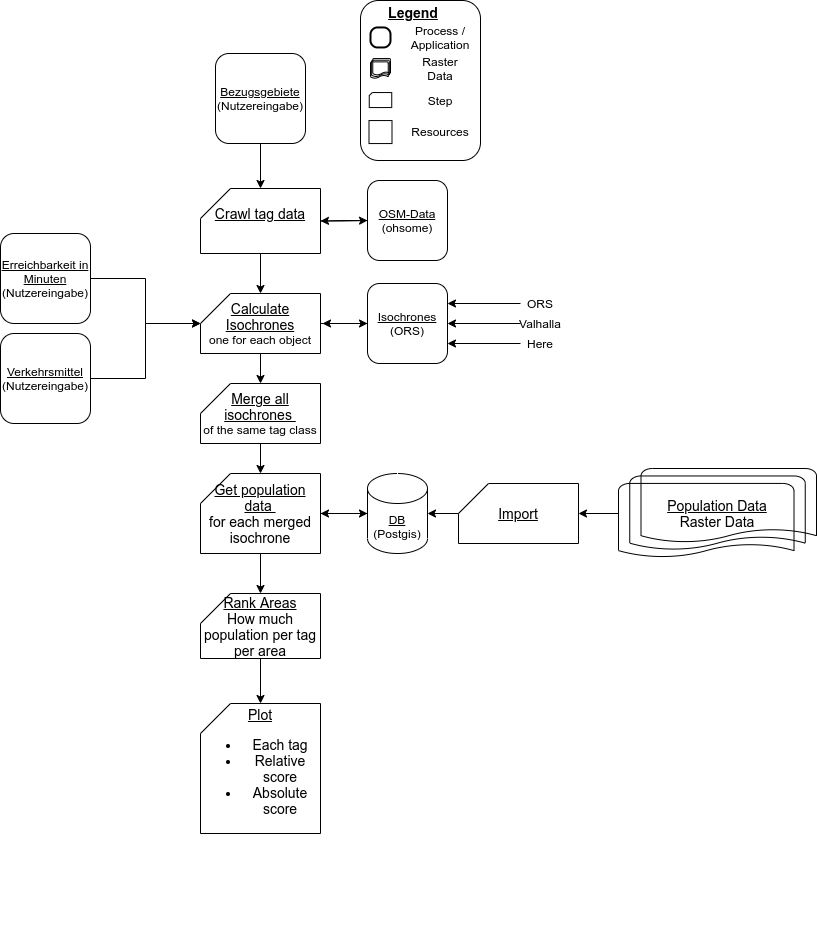
The draw.io diagram static/flows/processing_flow.png in MichaelsJP/Unrelevant, before a commit. Source tidied: cells renumbered, new cells last; positions are measured from the earlier drawing's top-left corner, leaving out a move shared by most shapes.
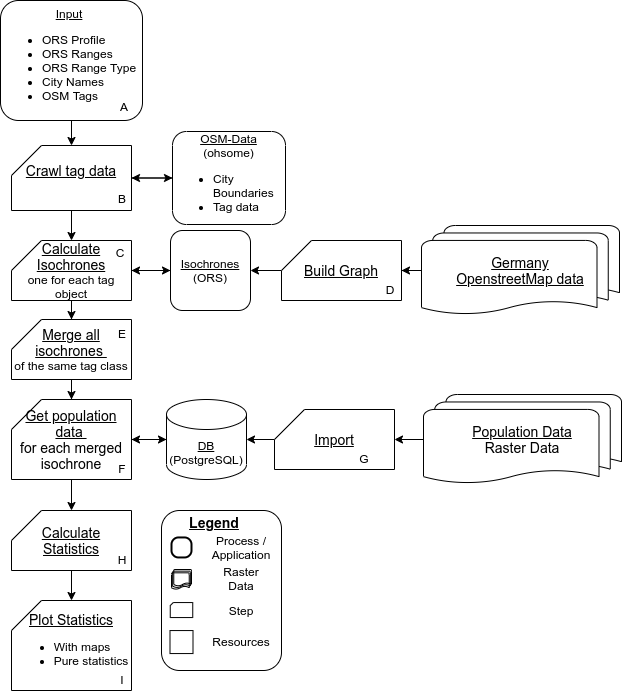
The same diagram one commit later.

Diff of the diagram source:
```diff
@@ -2,11 +2,8 @@
   <root>
     <mxCell id="0" />
     <mxCell id="1" parent="0" />
-    <mxCell id="2" style="group;" parent="1" vertex="1">
-      <mxGeometry x="170" y="643" width="120" height="290" as="geometry" />
-    </mxCell>
     <mxCell id="3" style="group;" parent="1" vertex="1">
-      <mxGeometry x="360" width="120" height="180" as="geometry" />
+      <mxGeometry x="348" y="493" width="120" height="180" as="geometry" />
     </mxCell>
     <mxCell id="4" style="rounded=1;whiteSpace=wrap;html=1;fontStyle=5;" parent="3" vertex="1">
       <mxGeometry width="120" height="160" as="geometry" />
@@ -21,7 +18,7 @@
       <mxGeometry x="10" y="26.9" width="20" height="20" as="geometry" />
     </mxCell>
     <mxCell id="8" style="strokeWidth=1;html=1;shape=mxgraph.flowchart.multi-document;whiteSpace=wrap;rounded=1;fillColor=none;" parent="3" vertex="1">
-      <mxGeometry x="10" y="58.1" width="20" height="20" as="geometry" />
+      <mxGeometry x="10" y="59" width="20" height="20" as="geometry" />
     </mxCell>
     <mxCell id="9" value="Raster Data" style="text;html=1;strokeColor=none;fillColor=none;align=center;verticalAlign=middle;whiteSpace=wrap;rounded=0;" parent="3" vertex="1">
       <mxGeometry x="65" y="58.1" width="30" height="20" as="geometry" />
@@ -41,8 +38,8 @@
     <mxCell id="14" style="edgeStyle=orthogonalEdgeStyle;rounded=0;jettySize=auto;html=1;entryX=1;entryY=0.5;entryDx=0;entryDy=0;entryPerimeter=0;" parent="1" edge="1" source="15" target="28">
       <mxGeometry relative="1" as="geometry" />
     </mxCell>
-    <mxCell id="15" value="&lt;u&gt;OSM-Data&lt;/u&gt;&lt;br&gt;(ohsome)" style="rounded=1;whiteSpace=wrap;html=1;fontFamily=Helvetica;fontSize=12;fontColor=#000000;align=center;strokeColor=#000000;fillColor=#ffffff;" parent="1" vertex="1">
-      <mxGeometry x="367" y="180" width="80" height="80" as="geometry" />
+    <mxCell id="15" value="&lt;u&gt;OSM-Data&lt;/u&gt;&lt;br&gt;(ohsome)&lt;br&gt;&lt;ul&gt;&lt;li style=&quot;text-align: left&quot;&gt;&lt;span&gt;City Boundaries&lt;/span&gt;&lt;/li&gt;&lt;li style=&quot;text-align: left&quot;&gt;&lt;span&gt;Tag data&lt;/span&gt;&lt;/li&gt;&lt;/ul&gt;" style="rounded=1;whiteSpace=wrap;html=1;fontFamily=Helvetica;fontSize=12;fontColor=#000000;align=center;strokeColor=#000000;fillColor=#ffffff;" parent="1" vertex="1">
+      <mxGeometry x="359" y="114" width="113" height="93" as="geometry" />
     </mxCell>
     <mxCell id="16" style="edgeStyle=orthogonalEdgeStyle;rounded=0;orthogonalLoop=1;jettySize=auto;html=1;entryX=1;entryY=0.5;entryDx=0;entryDy=0;entryPerimeter=0;" parent="1" edge="1">
       <mxGeometry relative="1" as="geometry">
@@ -52,23 +49,23 @@
     <mxCell id="17" style="edgeStyle=orthogonalEdgeStyle;rounded=0;jettySize=auto;html=1;entryX=0.5;entryY=0;entryDx=0;entryDy=0;entryPerimeter=0;" parent="1" edge="1" source="18" target="28">
       <mxGeometry relative="1" as="geometry" />
     </mxCell>
-    <mxCell id="18" value="&lt;u&gt;Bezugsgebiete&lt;/u&gt;&lt;br&gt;(Nutzereingabe)" style="rounded=1;whiteSpace=wrap;html=1;fontFamily=Helvetica;fontSize=12;fontColor=#000000;align=center;strokeColor=#000000;fillColor=#ffffff;" parent="1" vertex="1">
-      <mxGeometry x="215" y="53" width="90" height="90" as="geometry" />
+    <mxCell id="18" value="&lt;div style=&quot;text-align: center&quot;&gt;&lt;u&gt;Input&lt;/u&gt;&lt;/div&gt;&lt;ul&gt;&lt;li&gt;ORS Profile&lt;/li&gt;&lt;li&gt;&lt;span&gt;ORS Ranges&lt;/span&gt;&lt;br&gt;&lt;/li&gt;&lt;li&gt;ORS Range Type&lt;/li&gt;&lt;li&gt;&lt;span&gt;City Names&lt;/span&gt;&lt;/li&gt;&lt;li&gt;&lt;span&gt;OSM Tags&lt;/span&gt;&lt;br&gt;&lt;/li&gt;&lt;/ul&gt;" style="rounded=1;whiteSpace=wrap;html=1;fontFamily=Helvetica;fontSize=12;fontColor=#000000;align=left;strokeColor=#000000;fillColor=#ffffff;" parent="1" vertex="1">
+      <mxGeometry x="187" y="-17" width="142" height="120" as="geometry" />
     </mxCell>
     <mxCell id="19" style="group;" parent="1" vertex="1">
-      <mxGeometry x="367" y="468" width="449" height="90" as="geometry" />
+      <mxGeometry x="353" y="377" width="449" height="90" as="geometry" />
     </mxCell>
-    <mxCell id="20" value="&lt;span style=&quot;font-size: 14px&quot;&gt;&lt;u&gt;Population Data&lt;/u&gt;&lt;br&gt;Raster Data&lt;br&gt;&lt;/span&gt;" style="strokeWidth=1;html=1;shape=mxgraph.flowchart.multi-document;whiteSpace=wrap;rounded=1;fillColor=none;" parent="19" vertex="1">
-      <mxGeometry x="251" width="198" height="90" as="geometry" />
+    <mxCell id="20" value="&lt;span style=&quot;font-size: 14px&quot;&gt;&lt;u&gt;Population Data&lt;/u&gt;&lt;br&gt;Raster Data&lt;br&gt;&lt;/span&gt;" style="strokeWidth=1;html=1;shape=mxgraph.flowchart.multi-document;whiteSpace=wrap;rounded=1;fillColor=white;" parent="19" vertex="1">
+      <mxGeometry x="257" width="198" height="90" as="geometry" />
     </mxCell>
-    <mxCell id="21" value="&lt;u&gt;DB&lt;/u&gt;&lt;br&gt;(Postgis)" style="shape=cylinder3;whiteSpace=wrap;html=1;boundedLbl=1;backgroundOutline=1;size=15;" parent="19" vertex="1">
-      <mxGeometry y="5" width="60" height="80" as="geometry" />
+    <mxCell id="21" value="&lt;u&gt;DB&lt;/u&gt;&lt;br&gt;(PostgreSQL)" style="shape=cylinder3;whiteSpace=wrap;html=1;boundedLbl=1;backgroundOutline=1;size=15;" parent="19" vertex="1">
+      <mxGeometry y="5" width="80" height="80" as="geometry" />
     </mxCell>
     <mxCell id="22" style="edgeStyle=orthogonalEdgeStyle;rounded=0;jettySize=auto;html=1;entryX=1;entryY=0.5;entryDx=0;entryDy=0;entryPerimeter=0;" parent="19" edge="1" source="23" target="21">
       <mxGeometry relative="1" as="geometry" />
     </mxCell>
     <mxCell id="23" value="&lt;font&gt;&lt;u style=&quot;font-size: 14px&quot;&gt;Import&lt;/u&gt;&lt;br&gt;&lt;/font&gt;" style="shape=card;whiteSpace=wrap;html=1;fontFamily=Helvetica;fontSize=12;fontColor=#000000;align=center;strokeColor=#000000;fillColor=#ffffff;" parent="19" vertex="1">
-      <mxGeometry x="91" y="15" width="120" height="60" as="geometry" />
+      <mxGeometry x="108" y="15" width="120" height="60" as="geometry" />
     </mxCell>
     <mxCell id="24" style="edgeStyle=orthogonalEdgeStyle;rounded=0;jettySize=auto;html=1;" parent="19" edge="1" source="20" target="23">
       <mxGeometry relative="1" as="geometry" />
@@ -85,7 +82,7 @@
       <mxGeometry relative="1" as="geometry" />
     </mxCell>
     <mxCell id="28" value="&lt;font&gt;&lt;span style=&quot;font-size: 14px&quot;&gt;&lt;u&gt;Crawl tag data&lt;/u&gt;&lt;br&gt;&lt;br&gt;&lt;/span&gt;&lt;/font&gt;" style="shape=card;whiteSpace=wrap;html=1;fontFamily=Helvetica;fontSize=12;fontColor=#000000;align=center;strokeColor=#000000;fillColor=#ffffff;" parent="1" vertex="1">
-      <mxGeometry x="200" y="188" width="120" height="65" as="geometry" />
+      <mxGeometry x="198" y="128" width="120" height="65" as="geometry" />
     </mxCell>
     <mxCell id="29" style="edgeStyle=orthogonalEdgeStyle;rounded=0;jettySize=auto;html=1;entryX=0;entryY=0.5;entryDx=0;entryDy=0;entryPerimeter=0;" parent="1" edge="1" source="31" target="21">
       <mxGeometry relative="1" as="geometry" />
@@ -94,27 +91,13 @@
       <mxGeometry relative="1" as="geometry" />
     </mxCell>
     <mxCell id="31" value="&lt;font&gt;&lt;span style=&quot;font-size: 14px&quot;&gt;&lt;u&gt;Get population data &lt;/u&gt;&lt;br&gt;for each merged isochrone&lt;/span&gt;&lt;br&gt;&lt;/font&gt;" style="shape=card;whiteSpace=wrap;html=1;fontFamily=Helvetica;fontSize=12;fontColor=#000000;align=center;strokeColor=#000000;fillColor=#ffffff;" parent="1" vertex="1">
-      <mxGeometry x="200" y="473" width="120" height="80" as="geometry" />
+      <mxGeometry x="198" y="382" width="120" height="80" as="geometry" />
     </mxCell>
-    <mxCell id="32" style="edgeStyle=orthogonalEdgeStyle;rounded=0;jettySize=auto;html=1;entryX=0;entryY=0;entryDx=0;entryDy=30;entryPerimeter=0;" parent="1" edge="1" source="33" target="40">
-      <mxGeometry relative="1" as="geometry" />
-    </mxCell>
-    <mxCell id="33" value="&lt;u&gt;Erreichbarkeit in Minuten&lt;/u&gt;&lt;br&gt;(Nutzereingabe)" style="rounded=1;whiteSpace=wrap;html=1;fontFamily=Helvetica;fontSize=12;fontColor=#000000;align=center;strokeColor=#000000;fillColor=#ffffff;" parent="1" vertex="1">
-      <mxGeometry y="233" width="90" height="90" as="geometry" />
-    </mxCell>
-    <mxCell id="34" style="edgeStyle=orthogonalEdgeStyle;rounded=0;jettySize=auto;html=1;entryX=0;entryY=0;entryDx=0;entryDy=30;entryPerimeter=0;" parent="1" edge="1" source="35" target="40">
-      <mxGeometry relative="1" as="geometry" />
-    </mxCell>
-    <mxCell id="35" value="&lt;u&gt;Verkehrsmittel&lt;/u&gt;&lt;br&gt;(Nutzereingabe)" style="rounded=1;whiteSpace=wrap;html=1;fontFamily=Helvetica;fontSize=12;fontColor=#000000;align=center;strokeColor=#000000;fillColor=#ffffff;" parent="1" vertex="1">
-      <mxGeometry y="333" width="90" height="90" as="geometry" />
-    </mxCell>
-    <mxCell id="36" style="edgeStyle=orthogonalEdgeStyle;rounded=0;jettySize=auto;html=1;" parent="1" edge="1" source="37">
-      <mxGeometry relative="1" as="geometry">
-        <mxPoint x="322" y="323" as="targetPoint" />
-      </mxGeometry>
+    <mxCell id="36" style="edgeStyle=orthogonalEdgeStyle;rounded=0;jettySize=auto;html=1;entryX=1;entryY=0.5;entryDx=0;entryDy=0;entryPerimeter=0;" parent="1" edge="1" source="37" target="40">
+      <mxGeometry relative="1" as="geometry" />
     </mxCell>
     <mxCell id="37" value="&lt;u&gt;Isochrones&lt;/u&gt;&lt;br&gt;(ORS)" style="rounded=1;whiteSpace=wrap;html=1;fontFamily=Helvetica;fontSize=12;fontColor=#000000;align=center;strokeColor=#000000;fillColor=#ffffff;" parent="1" vertex="1">
-      <mxGeometry x="367" y="283" width="80" height="80" as="geometry" />
+      <mxGeometry x="357" y="213" width="80" height="80" as="geometry" />
     </mxCell>
     <mxCell id="38" style="edgeStyle=orthogonalEdgeStyle;rounded=0;jettySize=auto;html=1;entryX=0;entryY=0.5;entryDx=0;entryDy=0;" parent="1" edge="1" source="40" target="37">
       <mxGeometry relative="1" as="geometry" />
@@ -122,46 +105,68 @@
     <mxCell id="39" style="edgeStyle=orthogonalEdgeStyle;rounded=0;jettySize=auto;html=1;entryX=0.5;entryY=0;entryDx=0;entryDy=0;entryPerimeter=0;" parent="1" edge="1" source="40" target="42">
       <mxGeometry relative="1" as="geometry" />
     </mxCell>
-    <mxCell id="40" value="&lt;font&gt;&lt;u style=&quot;font-size: 14px&quot;&gt;Calculate Isochrones&lt;br&gt;&lt;/u&gt;one for each object&lt;br&gt;&lt;/font&gt;" style="shape=card;whiteSpace=wrap;html=1;fontFamily=Helvetica;fontSize=12;fontColor=#000000;align=center;strokeColor=#000000;fillColor=#ffffff;" parent="1" vertex="1">
-      <mxGeometry x="200" y="293" width="120" height="60" as="geometry" />
+    <mxCell id="40" value="&lt;font&gt;&lt;u style=&quot;font-size: 14px&quot;&gt;Calculate Isochrones&lt;br&gt;&lt;/u&gt;one for each tag object&lt;br&gt;&lt;/font&gt;" style="shape=card;whiteSpace=wrap;html=1;fontFamily=Helvetica;fontSize=12;fontColor=#000000;align=center;strokeColor=#000000;fillColor=#ffffff;" parent="1" vertex="1">
+      <mxGeometry x="198" y="223" width="120" height="60" as="geometry" />
     </mxCell>
     <mxCell id="41" style="edgeStyle=orthogonalEdgeStyle;rounded=0;jettySize=auto;html=1;entryX=0.5;entryY=0;entryDx=0;entryDy=0;entryPerimeter=0;" parent="1" edge="1" source="42" target="31">
       <mxGeometry relative="1" as="geometry" />
     </mxCell>
     <mxCell id="42" value="&lt;font&gt;&lt;span style=&quot;font-size: 14px&quot;&gt;&lt;u&gt;Merge all isochrones&amp;nbsp;&lt;br&gt;&lt;/u&gt;&lt;/span&gt;of the same tag class&lt;br&gt;&lt;/font&gt;" style="shape=card;whiteSpace=wrap;html=1;fontFamily=Helvetica;fontSize=12;fontColor=#000000;align=center;strokeColor=#000000;fillColor=#ffffff;" parent="1" vertex="1">
-      <mxGeometry x="200" y="383" width="120" height="60" as="geometry" />
+      <mxGeometry x="198" y="302" width="120" height="60" as="geometry" />
     </mxCell>
     <mxCell id="43" style="edgeStyle=orthogonalEdgeStyle;rounded=0;jettySize=auto;html=1;entryX=1;entryY=0.5;entryDx=0;entryDy=0;entryPerimeter=0;" parent="1" edge="1" source="21" target="31">
       <mxGeometry relative="1" as="geometry" />
     </mxCell>
-    <mxCell id="44" style="edgeStyle=orthogonalEdgeStyle;rounded=0;jettySize=auto;html=1;" parent="1" edge="1" source="45">
-      <mxGeometry relative="1" as="geometry">
-        <mxPoint x="260" y="703" as="targetPoint" />
-      </mxGeometry>
+    <mxCell id="44" style="edgeStyle=orthogonalEdgeStyle;rounded=0;jettySize=auto;html=1;entryX=0.5;entryY=0;entryDx=0;entryDy=0;entryPerimeter=0;exitX=0.5;exitY=1;exitDx=0;exitDy=0;exitPerimeter=0;" parent="1" edge="1" source="45" target="46">
+      <mxGeometry relative="1" as="geometry" />
     </mxCell>
-    <mxCell id="45" value="&lt;font&gt;&lt;span style=&quot;font-size: 14px&quot;&gt;&lt;u&gt;Rank Areas&lt;br&gt;&lt;/u&gt;How much population per tag per area&lt;br&gt;&lt;/span&gt;&lt;/font&gt;" style="shape=card;whiteSpace=wrap;html=1;fontFamily=Helvetica;fontSize=12;fontColor=#000000;align=center;strokeColor=#000000;fillColor=#ffffff;" parent="1" vertex="1">
-      <mxGeometry x="200" y="593" width="120" height="65" as="geometry" />
+    <mxCell id="45" value="&lt;font&gt;&lt;span style=&quot;font-size: 14px&quot;&gt;&lt;u&gt;Calculate Statistics&lt;/u&gt;&lt;br&gt;&lt;/span&gt;&lt;/font&gt;" style="shape=card;whiteSpace=wrap;html=1;fontFamily=Helvetica;fontSize=12;fontColor=#000000;align=center;strokeColor=#000000;fillColor=#ffffff;" parent="1" vertex="1">
+      <mxGeometry x="198" y="493" width="120" height="60" as="geometry" />
     </mxCell>
+    <mxCell id="53" value="&lt;span style=&quot;font-size: 14px&quot;&gt;&lt;u&gt;Germany&lt;br&gt;OpenstreetMap data&lt;/u&gt;&lt;br&gt;&lt;/span&gt;" style="strokeWidth=1;html=1;shape=mxgraph.flowchart.multi-document;whiteSpace=wrap;rounded=1;fillColor=white;" parent="1" vertex="1">
+      <mxGeometry x="608" y="208" width="198" height="90" as="geometry" />
+    </mxCell>
+    <mxCell id="54" style="edgeStyle=orthogonalEdgeStyle;rounded=0;jettySize=auto;html=1;entryX=1;entryY=0.5;entryDx=0;entryDy=0;" parent="1" edge="1" source="55" target="37">
+      <mxGeometry relative="1" as="geometry" />
+    </mxCell>
+    <mxCell id="55" value="&lt;font&gt;&lt;span style=&quot;font-size: 14px&quot;&gt;&lt;u&gt;Build Graph&lt;/u&gt;&lt;/span&gt;&lt;br&gt;&lt;/font&gt;" style="shape=card;whiteSpace=wrap;html=1;fontFamily=Helvetica;fontSize=12;fontColor=#000000;align=center;strokeColor=#000000;fillColor=#ffffff;" parent="1" vertex="1">
+      <mxGeometry x="468" y="223" width="120" height="60" as="geometry" />
+    </mxCell>
+    <mxCell id="56" style="edgeStyle=orthogonalEdgeStyle;rounded=0;jettySize=auto;html=1;" parent="1" edge="1" source="53" target="55">
+      <mxGeometry relative="1" as="geometry" />
+    </mxCell>
+    <mxCell id="57" value="A" style="text;html=1;strokeColor=none;fillColor=none;align=center;verticalAlign=middle;whiteSpace=wrap;rounded=0;" parent="1" vertex="1">
+      <mxGeometry x="301" y="77" width="20" height="23" as="geometry" />
+    </mxCell>
+    <mxCell id="58" value="B" style="text;html=1;strokeColor=none;fillColor=none;align=center;verticalAlign=middle;whiteSpace=wrap;rounded=0;" parent="1" vertex="1">
+      <mxGeometry x="299" y="169" width="20" height="23" as="geometry" />
+    </mxCell>
+    <mxCell id="59" value="C" style="text;html=1;strokeColor=none;fillColor=none;align=center;verticalAlign=middle;whiteSpace=wrap;rounded=0;" parent="1" vertex="1">
+      <mxGeometry x="297" y="223" width="20" height="23" as="geometry" />
+    </mxCell>
+    <mxCell id="60" value="D" style="text;html=1;strokeColor=none;fillColor=none;align=center;verticalAlign=middle;whiteSpace=wrap;rounded=0;" parent="1" vertex="1">
+      <mxGeometry x="567" y="260" width="20" height="23" as="geometry" />
+    </mxCell>
+    <mxCell id="61" value="E" style="text;html=1;strokeColor=none;fillColor=none;align=center;verticalAlign=middle;whiteSpace=wrap;rounded=0;" parent="1" vertex="1">
+      <mxGeometry x="299" y="304" width="20" height="23" as="geometry" />
+    </mxCell>
+    <mxCell id="62" value="F" style="text;html=1;strokeColor=none;fillColor=none;align=center;verticalAlign=middle;whiteSpace=wrap;rounded=0;" parent="1" vertex="1">
+      <mxGeometry x="299" y="439" width="20" height="23" as="geometry" />
+    </mxCell>
+    <mxCell id="63" value="G" style="text;html=1;strokeColor=none;fillColor=none;align=center;verticalAlign=middle;whiteSpace=wrap;rounded=0;" parent="1" vertex="1">
+      <mxGeometry x="541" y="429" width="20" height="23" as="geometry" />
+    </mxCell>
+    <mxCell id="64" value="H" style="text;html=1;strokeColor=none;fillColor=none;align=center;verticalAlign=middle;whiteSpace=wrap;rounded=0;" parent="1" vertex="1">
+      <mxGeometry x="299" y="530" width="20" height="23" as="geometry" />
+    </mxCell>
+    <mxCell id="65" style="group;" parent="1" vertex="1">
+      <mxGeometry x="198" y="583" width="121" height="90" as="geometry" />
+    </mxCell>
-    <mxCell id="46" value="&lt;font&gt;&lt;span style=&quot;font-size: 14px&quot;&gt;&lt;u&gt;Plot&lt;/u&gt;&lt;br&gt;&lt;ul&gt;&lt;li&gt;&lt;font&gt;&lt;span style=&quot;font-size: 14px&quot;&gt;Each tag&lt;/span&gt;&lt;/font&gt;&lt;/li&gt;&lt;li&gt;Relative score&lt;/li&gt;&lt;li&gt;Absolute score&lt;/li&gt;&lt;/ul&gt;&lt;/span&gt;&lt;/font&gt;" style="shape=card;whiteSpace=wrap;html=1;fontFamily=Helvetica;fontSize=12;fontColor=#000000;align=center;strokeColor=#000000;fillColor=#ffffff;" parent="1" vertex="1">
-      <mxGeometry x="200" y="703" width="120" height="130" as="geometry" />
+    <mxCell id="46" value="&lt;u style=&quot;font-size: 14px&quot;&gt;Plot Statistics&lt;/u&gt;&lt;br&gt;&lt;div style=&quot;text-align: left&quot;&gt;&lt;ul&gt;&lt;li&gt;With maps&lt;/li&gt;&lt;li&gt;Pure statistics&lt;/li&gt;&lt;/ul&gt;&lt;/div&gt;" style="shape=card;whiteSpace=wrap;html=1;fontFamily=Helvetica;fontSize=12;fontColor=#000000;align=center;strokeColor=#000000;fillColor=#ffffff;" parent="65" vertex="1">
+      <mxGeometry width="120" height="90" as="geometry" />
     </mxCell>
-    <mxCell id="47" style="edgeStyle=orthogonalEdgeStyle;rounded=0;jettySize=auto;html=1;entryX=1;entryY=0.25;entryDx=0;entryDy=0;" parent="1" edge="1" source="48" target="37">
-      <mxGeometry relative="1" as="geometry" />
-    </mxCell>
-    <mxCell id="48" value="ORS" style="text;html=1;strokeColor=none;fillColor=none;align=center;verticalAlign=middle;whiteSpace=wrap;rounded=0;" parent="1" vertex="1">
-      <mxGeometry x="520" y="293" width="40" height="20" as="geometry" />
-    </mxCell>
-    <mxCell id="49" style="edgeStyle=orthogonalEdgeStyle;rounded=0;jettySize=auto;html=1;entryX=1;entryY=0.5;entryDx=0;entryDy=0;" parent="1" edge="1" source="50" target="37">
-      <mxGeometry relative="1" as="geometry" />
-    </mxCell>
-    <mxCell id="50" value="Valhalla" style="text;html=1;strokeColor=none;fillColor=none;align=center;verticalAlign=middle;whiteSpace=wrap;rounded=0;" parent="1" vertex="1">
-      <mxGeometry x="520" y="313" width="40" height="20" as="geometry" />
-    </mxCell>
-    <mxCell id="51" style="edgeStyle=orthogonalEdgeStyle;rounded=0;jettySize=auto;html=1;entryX=1;entryY=0.75;entryDx=0;entryDy=0;" parent="1" edge="1" source="52" target="37">
-      <mxGeometry relative="1" as="geometry" />
-    </mxCell>
-    <mxCell id="52" value="Here" style="text;html=1;strokeColor=none;fillColor=none;align=center;verticalAlign=middle;whiteSpace=wrap;rounded=0;" parent="1" vertex="1">
-      <mxGeometry x="520" y="333" width="40" height="20" as="geometry" />
-    </mxCell>
+    <mxCell id="66" value="I" style="text;html=1;strokeColor=none;fillColor=none;align=center;verticalAlign=middle;whiteSpace=wrap;rounded=0;" parent="65" vertex="1">
+      <mxGeometry x="101" y="67" width="20" height="23" as="geometry" />
+    </mxCell>
   </root>
 </mxGraphModel>
```
